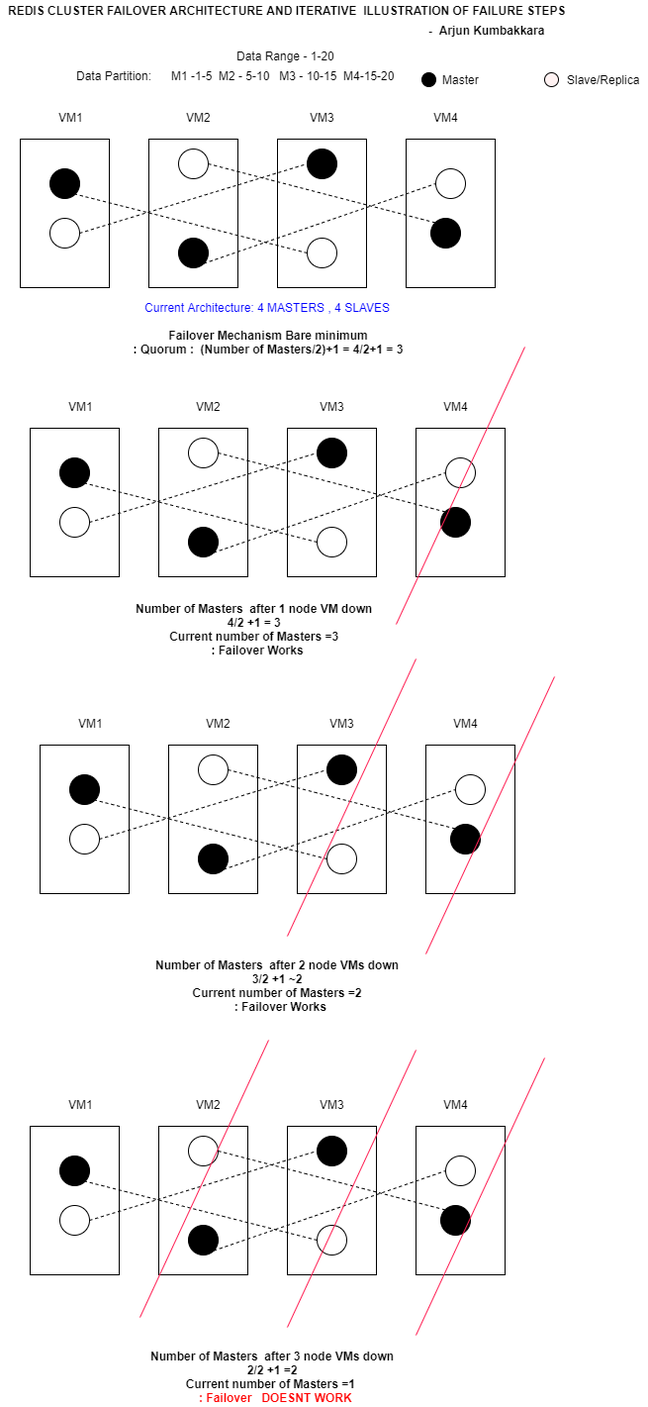
Before: REDIS CLUSTER FAILOVER ARCHITECTURE AND ITERATIVE  ILLUSTRATION OF FAILURE STEPS.png, a diagram exported from draw.io (arjunKumbakkara/Arjunkumbakkara.github.io). Source tidied: cells renumbered, new cells last; positions are measured from the earlier drawing's top-left corner, leaving out a move shared by most shapes.
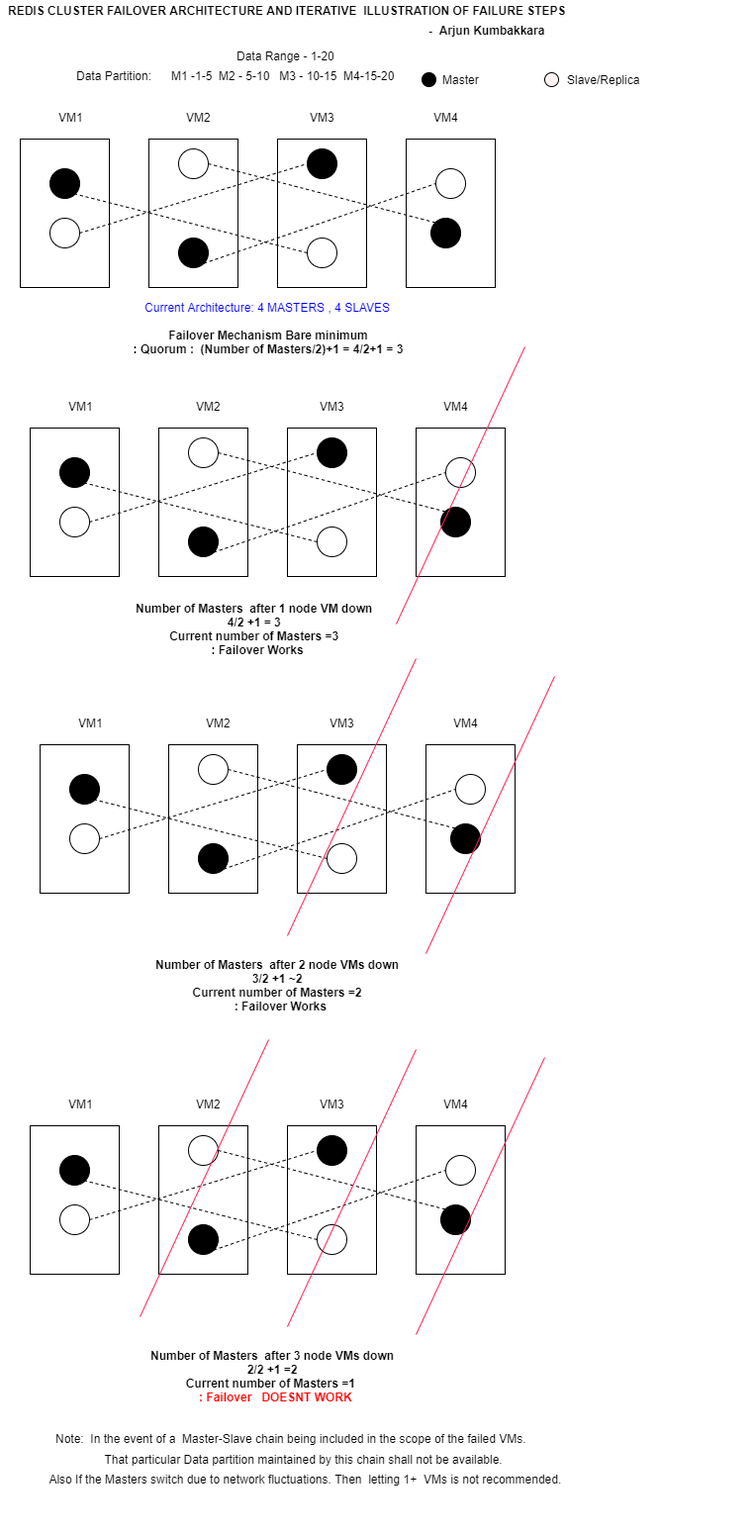
Later version of the same file.

Diff of the diagram source:
```diff
@@ -323,5 +323,14 @@
     <mxCell id="102" value="&lt;b&gt;-&amp;nbsp; Arjun Kumbakkara&lt;/b&gt;" style="text;html=1;align=center;verticalAlign=middle;" parent="1" vertex="1">
       <mxGeometry x="426" y="20" width="130" height="20" as="geometry" />
     </mxCell>
+    <mxCell id="103" value="&lt;h1&gt;&lt;span style=&quot;font-size: 12px ; font-weight: 400 ; text-align: center ; white-space: nowrap&quot;&gt;Note:&amp;nbsp; In the event of a&amp;nbsp; Master-Slave chain being included in the scope of the failed VMs.&lt;/span&gt;&lt;/h1&gt;&lt;h1&gt;&lt;br&gt;&lt;/h1&gt;" style="text;html=1;strokeColor=none;fillColor=none;spacing=5;spacingTop=-20;whiteSpace=wrap;overflow=hidden;rounded=0;" parent="1" vertex="1">
+      <mxGeometry x="51" y="1430" width="710" height="120" as="geometry" />
+    </mxCell>
+    <mxCell id="104" value="&lt;h1 style=&quot;text-align: left&quot;&gt;&lt;span style=&quot;font-size: 12px ; font-weight: 400 ; text-align: center ; white-space: nowrap&quot;&gt;&amp;nbsp;That particular Data partition maintained by this chain shall not be available.&lt;/span&gt;&lt;/h1&gt;" style="text;html=1;strokeColor=none;fillColor=none;align=center;verticalAlign=middle;whiteSpace=wrap;rounded=0;" parent="1" vertex="1">
+      <mxGeometry x="285" y="1460" width="40" height="20" as="geometry" />
+    </mxCell>
+    <mxCell id="105" value="&lt;h1 style=&quot;text-align: left&quot;&gt;&lt;span style=&quot;font-size: 12px ; font-weight: 400 ; text-align: center ; white-space: nowrap&quot;&gt;Also If the Masters switch due to network fluctuations. Then&amp;nbsp; letting 1+&amp;nbsp; VMs is not recommended.&amp;nbsp;&lt;/span&gt;&lt;/h1&gt;" style="text;html=1;strokeColor=none;fillColor=none;align=center;verticalAlign=middle;whiteSpace=wrap;rounded=0;" parent="1" vertex="1">
+      <mxGeometry x="290" y="1480" width="40" height="20" as="geometry" />
+    </mxCell>
   </root>
 </mxGraphModel>
```
